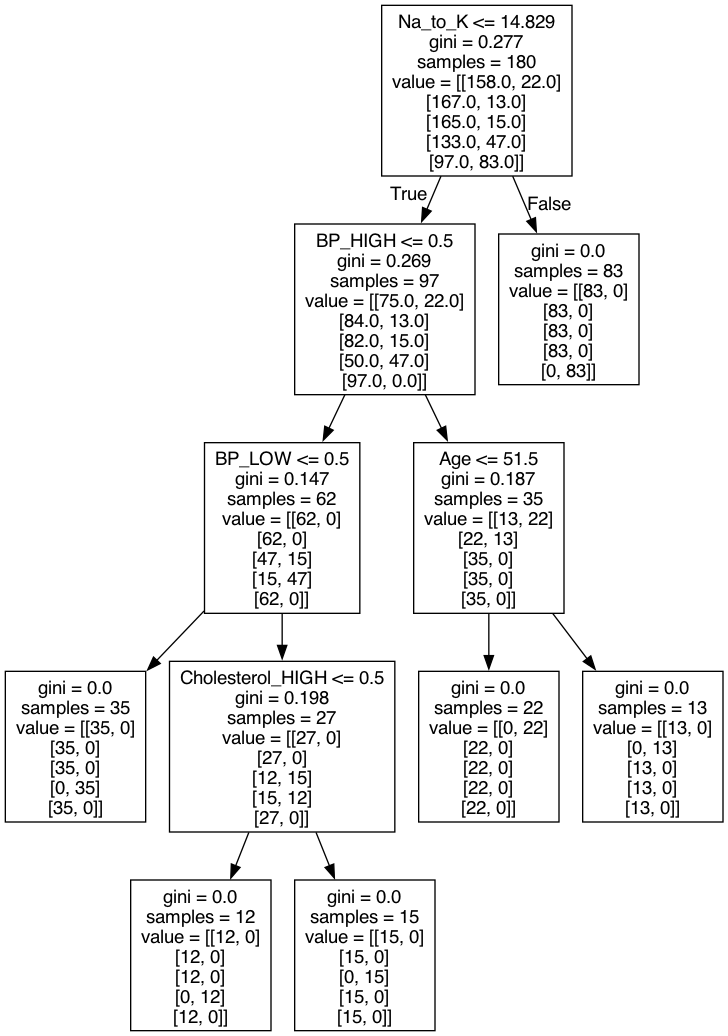
Earlier version of the Graphviz export Assignment1/tree.png (DeneshwaraSai/IIT-CS484-ML). Its source is kept beside it as Assignment1/tree.dot.
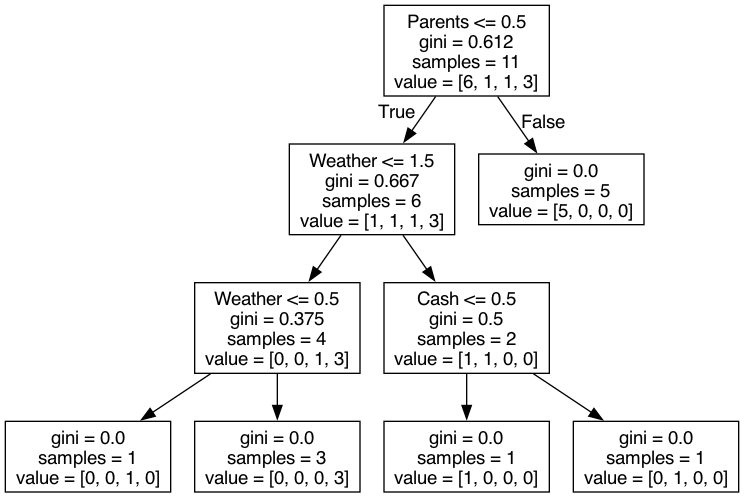
After the change.

Change to the diagram source:
```diff
@@ -1,25 +1,21 @@
 digraph Tree {
 node [shape=box, fontname="helvetica"] ;
 edge [fontname="helvetica"] ;
-0 [label="Na_to_K <= 14.829\ngini = 0.277\nsamples = 180\nvalue = [[158.0, 22.0]\n[167.0, 13.0]\n[165.0, 15.0]\n[133.0, 47.0]\n[97.0, 83.0]]"] ;
-1 [label="BP_HIGH <= 0.5\ngini = 0.269\nsamples = 97\nvalue = [[75.0, 22.0]\n[84.0, 13.0]\n[82.0, 15.0]\n[50.0, 47.0]\n[97.0, 0.0]]"] ;
+0 [label="Parents <= 0.5\ngini = 0.612\nsamples = 11\nvalue = [6, 1, 1, 3]"] ;
+1 [label="Weather <= 1.5\ngini = 0.667\nsamples = 6\nvalue = [1, 1, 1, 3]"] ;
 0 -> 1 [labeldistance=2.5, labelangle=45, headlabel="True"] ;
-2 [label="BP_LOW <= 0.5\ngini = 0.147\nsamples = 62\nvalue = [[62, 0]\n[62, 0]\n[47, 15]\n[15, 47]\n[62, 0]]"] ;
+2 [label="Weather <= 0.5\ngini = 0.375\nsamples = 4\nvalue = [0, 0, 1, 3]"] ;
 1 -> 2 ;
-3 [label="gini = 0.0\nsamples = 35\nvalue = [[35, 0]\n[35, 0]\n[35, 0]\n[0, 35]\n[35, 0]]"] ;
+3 [label="gini = 0.0\nsamples = 1\nvalue = [0, 0, 1, 0]"] ;
 2 -> 3 ;
-4 [label="Cholesterol_HIGH <= 0.5\ngini = 0.198\nsamples = 27\nvalue = [[27, 0]\n[27, 0]\n[12, 15]\n[15, 12]\n[27, 0]]"] ;
+4 [label="gini = 0.0\nsamples = 3\nvalue = [0, 0, 0, 3]"] ;
 2 -> 4 ;
-5 [label="gini = 0.0\nsamples = 12\nvalue = [[12, 0]\n[12, 0]\n[12, 0]\n[0, 12]\n[12, 0]]"] ;
-4 -> 5 ;
-6 [label="gini = 0.0\nsamples = 15\nvalue = [[15, 0]\n[15, 0]\n[0, 15]\n[15, 0]\n[15, 0]]"] ;
-4 -> 6 ;
-7 [label="Age <= 51.5\ngini = 0.187\nsamples = 35\nvalue = [[13, 22]\n[22, 13]\n[35, 0]\n[35, 0]\n[35, 0]]"] ;
-1 -> 7 ;
-8 [label="gini = 0.0\nsamples = 22\nvalue = [[0, 22]\n[22, 0]\n[22, 0]\n[22, 0]\n[22, 0]]"] ;
-7 -> 8 ;
-9 [label="gini = 0.0\nsamples = 13\nvalue = [[13, 0]\n[0, 13]\n[13, 0]\n[13, 0]\n[13, 0]]"] ;
-7 -> 9 ;
-10 [label="gini = 0.0\nsamples = 83\nvalue = [[83, 0]\n[83, 0]\n[83, 0]\n[83, 0]\n[0, 83]]"] ;
-0 -> 10 [labeldistance=2.5, labelangle=-45, headlabel="False"] ;
+5 [label="Cash <= 0.5\ngini = 0.5\nsamples = 2\nvalue = [1, 1, 0, 0]"] ;
+1 -> 5 ;
+6 [label="gini = 0.0\nsamples = 1\nvalue = [1, 0, 0, 0]"] ;
+5 -> 6 ;
+7 [label="gini = 0.0\nsamples = 1\nvalue = [0, 1, 0, 0]"] ;
+5 -> 7 ;
+8 [label="gini = 0.0\nsamples = 5\nvalue = [5, 0, 0, 0]"] ;
+0 -> 8 [labeldistance=2.5, labelangle=-45, headlabel="False"] ;
 }
```
